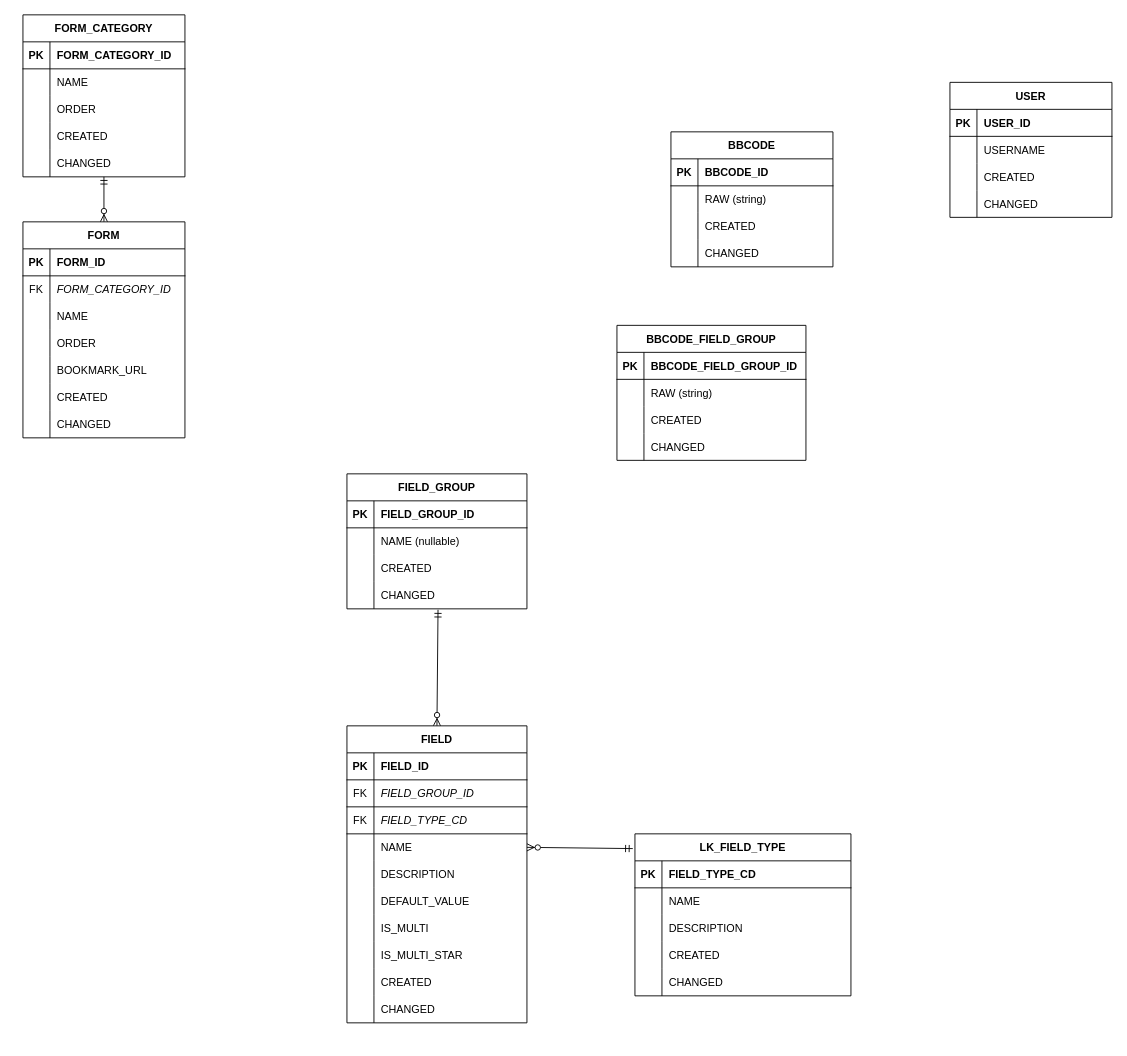
Earlier version of the draw.io diagram BBCode As Relational.drawio (U10S1L/bb-code-generator). Source tidied: cells renumbered, new cells numbered last; positions are measured from the earlier drawing's top-left corner, leaving out a move shared by most shapes. Both pictures are drawn from the tidied source at 90%, with x=0, y=0 at pixel (22, 14).
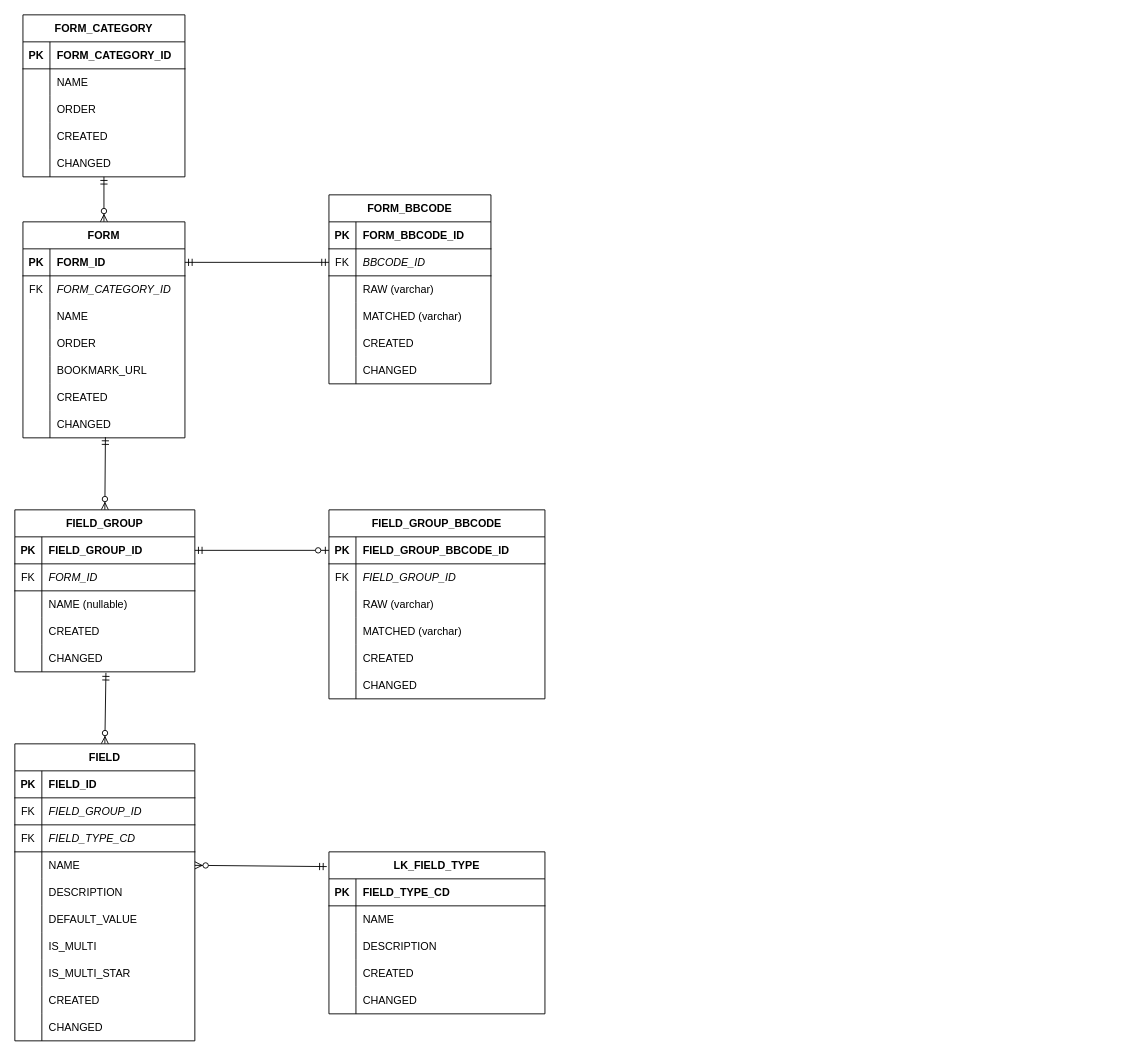
The same page after the edit.

The change refers to these unchanged cells:
```xml
<mxCell id="17" style="shape=partialRectangle;fillColor=none;top=0;left=0;bottom=1;right=0;points=[[0,0.5],[1,0.5]];portConstraint=eastwest;" parent="16" vertex="1">
  <mxGeometry y="30" width="180" height="30" as="geometry" />
</mxCell>
<mxCell id="35" style="shape=partialRectangle;fillColor=none;top=0;left=0;bottom=0;right=0;points=[[0,0.5],[1,0.5]];portConstraint=eastwest;" parent="16" vertex="1">
  <mxGeometry y="210" width="180" height="30" as="geometry" />
</mxCell>
<mxCell id="88" style="shape=partialRectangle;fillColor=none;top=0;left=0;bottom=1;right=0;points=[[0,0.5],[1,0.5]];portConstraint=eastwest;" parent="87" vertex="1">
  <mxGeometry y="30" width="200" height="30" as="geometry" />
</mxCell>
<mxCell id="117" style="shape=partialRectangle;fillColor=none;top=0;left=0;bottom=1;right=0;" parent="116" vertex="1">
  <mxGeometry y="30" width="180" height="30" as="geometry" />
</mxCell>
```

Diff of the diagram source:
```diff
@@
-    <mxCell id="2" value="USER" style="shape=table;startSize=30;childLayout=tableLayout;rowLines=0;fontStyle=1;align=center;" parent="1" vertex="1">
-      <mxGeometry x="1030" y="75" width="180" height="150" as="geometry" />
-    </mxCell>
-    <mxCell id="3" style="shape=partialRectangle;fillColor=none;top=0;left=0;bottom=1;right=0;" parent="2" vertex="1">
-      <mxGeometry y="30" width="180" height="30" as="geometry" />
-    </mxCell>
-    <mxCell id="4" value="PK" style="shape=partialRectangle;fillColor=none;top=0;left=0;bottom=0;right=0;fontStyle=1;overflow=hidden;" parent="3" vertex="1">
-      <mxGeometry width="30" height="30" as="geometry" />
-    </mxCell>
-    <mxCell id="5" value="USER_ID" style="shape=partialRectangle;fillColor=none;top=0;left=0;bottom=0;right=0;align=left;spacingLeft=6;fontStyle=1;overflow=hidden;" parent="3" vertex="1">
-      <mxGeometry x="30" width="150" height="30" as="geometry" />
-    </mxCell>
-    <mxCell id="6" style="shape=partialRectangle;fillColor=none;top=0;left=0;bottom=0;right=0;" parent="2" vertex="1">
-      <mxGeometry y="60" width="180" height="30" as="geometry" />
-    </mxCell>
-    <mxCell id="7" style="shape=partialRectangle;fillColor=none;top=0;left=0;bottom=0;right=0;overflow=hidden;" parent="6" vertex="1">
-      <mxGeometry width="30" height="30" as="geometry" />
-    </mxCell>
-    <mxCell id="8" value="USERNAME" style="shape=partialRectangle;fillColor=none;top=0;left=0;bottom=0;right=0;align=left;spacingLeft=6;overflow=hidden;" parent="6" vertex="1">
-      <mxGeometry x="30" width="150" height="30" as="geometry" />
-    </mxCell>
-    <mxCell id="9" style="shape=partialRectangle;fillColor=none;top=0;left=0;bottom=0;right=0;" parent="2" vertex="1">
-      <mxGeometry y="90" width="180" height="30" as="geometry" />
-    </mxCell>
-    <mxCell id="10" style="shape=partialRectangle;fillColor=none;top=0;left=0;bottom=0;right=0;overflow=hidden;" parent="9" vertex="1">
-      <mxGeometry width="30" height="30" as="geometry" />
-    </mxCell>
-    <mxCell id="11" value="CREATED" style="shape=partialRectangle;fillColor=none;top=0;left=0;bottom=0;right=0;align=left;spacingLeft=6;overflow=hidden;" parent="9" vertex="1">
-      <mxGeometry x="30" width="150" height="30" as="geometry" />
-    </mxCell>
-    <mxCell id="12" style="shape=partialRectangle;fillColor=none;top=0;left=0;bottom=0;right=0;" parent="2" vertex="1">
-      <mxGeometry y="120" width="180" height="30" as="geometry" />
-    </mxCell>
-    <mxCell id="13" style="shape=partialRectangle;fillColor=none;top=0;left=0;bottom=0;right=0;overflow=hidden;" parent="12" vertex="1">
-      <mxGeometry width="30" height="30" as="geometry" />
-    </mxCell>
-    <mxCell id="14" value="CHANGED" style="shape=partialRectangle;fillColor=none;top=0;left=0;bottom=0;right=0;align=left;spacingLeft=6;overflow=hidden;" parent="12" vertex="1">
-      <mxGeometry x="30" width="150" height="30" as="geometry" />
-    </mxCell>
@@
     <mxCell id="38" value="LK_FIELD_TYPE" style="shape=table;startSize=30;childLayout=tableLayout;rowLines=0;fontStyle=1;align=center;" parent="1" vertex="1">
-      <mxGeometry x="680" y="910" width="240" height="180" as="geometry" />
+      <mxGeometry x="340" y="930" width="240" height="180" as="geometry" />
     </mxCell>
@@
     <mxCell id="55" value="FIELD" style="shape=table;startSize=30;childLayout=tableLayout;rowLines=0;fontStyle=1;align=center;" parent="1" vertex="1">
-      <mxGeometry x="360" y="790" width="200" height="330" as="geometry" />
+      <mxGeometry x="-9" y="810" width="200" height="330" as="geometry" />
     </mxCell>
@@
+    <mxCell id="142" style="edgeStyle=none;rounded=0;sketch=0;jumpStyle=none;jettySize=auto;html=1;exitX=0.5;exitY=0;exitDx=0;exitDy=0;entryX=0.509;entryY=0.976;entryDx=0;entryDy=0;entryPerimeter=0;shadow=0;startArrow=ERzeroToMany;startFill=1;endArrow=ERmandOne;endFill=0;strokeColor=#000000;strokeWidth=1;" parent="1" edge="1" source="87" target="35">
+      <mxGeometry relative="1" as="geometry" />
+    </mxCell>
     <mxCell id="87" value="FIELD_GROUP" style="shape=table;startSize=30;childLayout=tableLayout;rowLines=0;fontStyle=1;align=center;" parent="1" vertex="1">
-      <mxGeometry x="360" y="510" width="200" height="150" as="geometry" />
+      <mxGeometry x="-9" y="550" width="200" height="180" as="geometry" />
     </mxCell>
@@
+    <mxCell id="143" style="shape=partialRectangle;fillColor=none;top=0;left=0;bottom=1;right=0;" parent="87" vertex="1">
+      <mxGeometry y="60" width="200" height="30" as="geometry" />
+    </mxCell>
+    <mxCell id="144" value="FK" style="shape=partialRectangle;fillColor=none;top=0;left=0;bottom=0;right=0;fontStyle=0;overflow=hidden;" parent="143" vertex="1">
+      <mxGeometry width="30" height="30" as="geometry" />
+    </mxCell>
+    <mxCell id="145" value="FORM_ID" style="shape=partialRectangle;fillColor=none;top=0;left=0;bottom=0;right=0;align=left;spacingLeft=6;fontStyle=2;overflow=hidden;" parent="143" vertex="1">
+      <mxGeometry x="30" width="170" height="30" as="geometry" />
+    </mxCell>
     <mxCell id="91" style="shape=partialRectangle;fillColor=none;top=0;left=0;bottom=0;right=0;" parent="87" vertex="1">
-      <mxGeometry y="60" width="200" height="30" as="geometry" />
+      <mxGeometry y="90" width="200" height="30" as="geometry" />
     </mxCell>
@@
     <mxCell id="94" style="shape=partialRectangle;fillColor=none;top=0;left=0;bottom=0;right=0;" parent="87" vertex="1">
-      <mxGeometry y="90" width="200" height="30" as="geometry" />
+      <mxGeometry y="120" width="200" height="30" as="geometry" />
     </mxCell>
@@
     <mxCell id="97" style="shape=partialRectangle;fillColor=none;top=0;left=0;bottom=0;right=0;points=[[0,0.5],[1,0.5]];portConstraint=eastwest;" parent="87" vertex="1">
-      <mxGeometry y="120" width="200" height="30" as="geometry" />
+      <mxGeometry y="150" width="200" height="30" as="geometry" />
     </mxCell>
@@
-    <mxCell id="116" value="BBCODE" style="shape=table;startSize=30;childLayout=tableLayout;rowLines=0;fontStyle=1;align=center;" parent="1" vertex="1">
-      <mxGeometry x="720" y="130" width="180" height="150" as="geometry" />
+    <mxCell id="116" value="FORM_BBCODE" style="shape=table;startSize=30;childLayout=tableLayout;rowLines=0;fontStyle=1;align=center;" parent="1" vertex="1">
+      <mxGeometry x="340" y="200" width="180" height="210" as="geometry" />
     </mxCell>
@@
-    <mxCell id="119" value="BBCODE_ID" style="shape=partialRectangle;fillColor=none;top=0;left=0;bottom=0;right=0;align=left;spacingLeft=6;fontStyle=1;overflow=hidden;" parent="117" vertex="1">
+    <mxCell id="119" value="FORM_BBCODE_ID" style="shape=partialRectangle;fillColor=none;top=0;left=0;bottom=0;right=0;align=left;spacingLeft=6;fontStyle=1;overflow=hidden;" parent="117" vertex="1">
       <mxGeometry x="30" width="150" height="30" as="geometry" />
     </mxCell>
+    <mxCell id="146" style="shape=partialRectangle;fillColor=none;top=0;left=0;bottom=1;right=0;points=[[0,0.5],[1,0.5]];portConstraint=eastwest;" parent="116" vertex="1">
+      <mxGeometry y="60" width="180" height="30" as="geometry" />
+    </mxCell>
+    <mxCell id="147" value="FK" style="shape=partialRectangle;fillColor=none;top=0;left=0;bottom=0;right=0;fontStyle=0;overflow=hidden;" parent="146" vertex="1">
+      <mxGeometry width="30" height="30" as="geometry" />
+    </mxCell>
+    <mxCell id="148" value="BBCODE_ID" style="shape=partialRectangle;fillColor=none;top=0;left=0;bottom=0;right=0;align=left;spacingLeft=6;fontStyle=2;overflow=hidden;" parent="146" vertex="1">
+      <mxGeometry x="30" width="150" height="30" as="geometry" />
+    </mxCell>
     <mxCell id="120" style="shape=partialRectangle;fillColor=none;top=0;left=0;bottom=0;right=0;" parent="116" vertex="1">
-      <mxGeometry y="60" width="180" height="30" as="geometry" />
+      <mxGeometry y="90" width="180" height="30" as="geometry" />
     </mxCell>
@@
-    <mxCell id="122" value="RAW (string)" style="shape=partialRectangle;fillColor=none;top=0;left=0;bottom=0;right=0;align=left;spacingLeft=6;overflow=hidden;" parent="120" vertex="1">
+    <mxCell id="122" value="RAW (varchar)" style="shape=partialRectangle;fillColor=none;top=0;left=0;bottom=0;right=0;align=left;spacingLeft=6;overflow=hidden;" parent="120" vertex="1">
       <mxGeometry x="30" width="150" height="30" as="geometry" />
     </mxCell>
+    <mxCell id="12" style="shape=partialRectangle;fillColor=none;top=0;left=0;bottom=0;right=0;" parent="116" vertex="1">
+      <mxGeometry y="120" width="180" height="30" as="geometry" />
+    </mxCell>
+    <mxCell id="149" style="shape=partialRectangle;fillColor=none;top=0;left=0;bottom=0;right=0;overflow=hidden;" parent="12" vertex="1">
+      <mxGeometry width="30" height="30" as="geometry" />
+    </mxCell>
+    <mxCell id="150" value="MATCHED (varchar)" style="shape=partialRectangle;fillColor=none;top=0;left=0;bottom=0;right=0;align=left;spacingLeft=6;overflow=hidden;" parent="12" vertex="1">
+      <mxGeometry x="30" width="150" height="30" as="geometry" />
+    </mxCell>
     <mxCell id="123" style="shape=partialRectangle;fillColor=none;top=0;left=0;bottom=0;right=0;" parent="116" vertex="1">
-      <mxGeometry y="90" width="180" height="30" as="geometry" />
+      <mxGeometry y="150" width="180" height="30" as="geometry" />
     </mxCell>
@@
     <mxCell id="126" style="shape=partialRectangle;fillColor=none;top=0;left=0;bottom=0;right=0;" parent="116" vertex="1">
-      <mxGeometry y="120" width="180" height="30" as="geometry" />
+      <mxGeometry y="180" width="180" height="30" as="geometry" />
     </mxCell>
@@
-    <mxCell id="129" value="BBCODE_FIELD_GROUP" style="shape=table;startSize=30;childLayout=tableLayout;rowLines=0;fontStyle=1;align=center;" parent="1" vertex="1">
-      <mxGeometry x="660" y="345" width="210" height="150" as="geometry" />
+    <mxCell id="129" value="FIELD_GROUP_BBCODE" style="shape=table;startSize=30;childLayout=tableLayout;rowLines=0;fontStyle=1;align=center;" parent="1" vertex="1">
+      <mxGeometry x="340" y="550" width="240" height="210" as="geometry" />
     </mxCell>
     <mxCell id="130" style="shape=partialRectangle;fillColor=none;top=0;left=0;bottom=1;right=0;points=[[0,0.5],[1,0.5]];portConstraint=eastwest;" parent="129" vertex="1">
-      <mxGeometry y="30" width="210" height="30" as="geometry" />
+      <mxGeometry y="30" width="240" height="30" as="geometry" />
     </mxCell>
@@
-    <mxCell id="132" value="BBCODE_FIELD_GROUP_ID" style="shape=partialRectangle;fillColor=none;top=0;left=0;bottom=0;right=0;align=left;spacingLeft=6;fontStyle=1;overflow=hidden;" parent="130" vertex="1">
-      <mxGeometry x="30" width="180" height="30" as="geometry" />
+    <mxCell id="132" value="FIELD_GROUP_BBCODE_ID" style="shape=partialRectangle;fillColor=none;top=0;left=0;bottom=0;right=0;align=left;spacingLeft=6;fontStyle=1;overflow=hidden;" parent="130" vertex="1">
+      <mxGeometry x="30" width="210" height="30" as="geometry" />
     </mxCell>
+    <mxCell id="151" style="shape=partialRectangle;fillColor=none;top=0;left=0;bottom=0;right=0;" parent="129" vertex="1">
+      <mxGeometry y="60" width="240" height="30" as="geometry" />
+    </mxCell>
+    <mxCell id="152" value="FK" style="shape=partialRectangle;fillColor=none;top=0;left=0;bottom=0;right=0;overflow=hidden;" parent="151" vertex="1">
+      <mxGeometry width="30" height="30" as="geometry" />
+    </mxCell>
+    <mxCell id="153" value="FIELD_GROUP_ID" style="shape=partialRectangle;fillColor=none;top=0;left=0;bottom=0;right=0;align=left;spacingLeft=6;overflow=hidden;fontStyle=2;" parent="151" vertex="1">
+      <mxGeometry x="30" width="210" height="30" as="geometry" />
+    </mxCell>
     <mxCell id="133" style="shape=partialRectangle;fillColor=none;top=0;left=0;bottom=0;right=0;" parent="129" vertex="1">
-      <mxGeometry y="60" width="210" height="30" as="geometry" />
+      <mxGeometry y="90" width="240" height="30" as="geometry" />
     </mxCell>
@@
-    <mxCell id="135" value="RAW (string)" style="shape=partialRectangle;fillColor=none;top=0;left=0;bottom=0;right=0;align=left;spacingLeft=6;overflow=hidden;" parent="133" vertex="1">
-      <mxGeometry x="30" width="180" height="30" as="geometry" />
+    <mxCell id="135" value="RAW (varchar)" style="shape=partialRectangle;fillColor=none;top=0;left=0;bottom=0;right=0;align=left;spacingLeft=6;overflow=hidden;" parent="133" vertex="1">
+      <mxGeometry x="30" width="210" height="30" as="geometry" />
     </mxCell>
+    <mxCell id="154" style="shape=partialRectangle;fillColor=none;top=0;left=0;bottom=0;right=0;" parent="129" vertex="1">
+      <mxGeometry y="120" width="240" height="30" as="geometry" />
+    </mxCell>
+    <mxCell id="155" style="shape=partialRectangle;fillColor=none;top=0;left=0;bottom=0;right=0;overflow=hidden;" parent="154" vertex="1">
+      <mxGeometry width="30" height="30" as="geometry" />
+    </mxCell>
+    <mxCell id="156" value="MATCHED (varchar)" style="shape=partialRectangle;fillColor=none;top=0;left=0;bottom=0;right=0;align=left;spacingLeft=6;overflow=hidden;" parent="154" vertex="1">
+      <mxGeometry x="30" width="210" height="30" as="geometry" />
+    </mxCell>
     <mxCell id="136" style="shape=partialRectangle;fillColor=none;top=0;left=0;bottom=0;right=0;" parent="129" vertex="1">
-      <mxGeometry y="90" width="210" height="30" as="geometry" />
+      <mxGeometry y="150" width="240" height="30" as="geometry" />
     </mxCell>
@@
     <mxCell id="138" value="CREATED" style="shape=partialRectangle;fillColor=none;top=0;left=0;bottom=0;right=0;align=left;spacingLeft=6;overflow=hidden;" parent="136" vertex="1">
-      <mxGeometry x="30" width="180" height="30" as="geometry" />
+      <mxGeometry x="30" width="210" height="30" as="geometry" />
     </mxCell>
     <mxCell id="139" style="shape=partialRectangle;fillColor=none;top=0;left=0;bottom=0;right=0;" parent="129" vertex="1">
-      <mxGeometry y="120" width="210" height="30" as="geometry" />
+      <mxGeometry y="180" width="240" height="30" as="geometry" />
     </mxCell>
@@
     <mxCell id="141" value="CHANGED" style="shape=partialRectangle;fillColor=none;top=0;left=0;bottom=0;right=0;align=left;spacingLeft=6;overflow=hidden;" parent="139" vertex="1">
-      <mxGeometry x="30" width="180" height="30" as="geometry" />
+      <mxGeometry x="30" width="210" height="30" as="geometry" />
     </mxCell>
+    <mxCell id="157" style="edgeStyle=none;rounded=0;sketch=0;jumpStyle=none;jettySize=auto;html=1;exitX=1;exitY=0.5;exitDx=0;exitDy=0;shadow=0;startArrow=ERmandOne;startFill=0;endArrow=ERmandOne;endFill=0;strokeColor=#000000;strokeWidth=1;entryX=0;entryY=0.5;entryDx=0;entryDy=0;" parent="1" edge="1" source="17" target="146">
+      <mxGeometry relative="1" as="geometry" />
+    </mxCell>
+    <mxCell id="158" style="edgeStyle=none;rounded=0;sketch=0;jumpStyle=none;jettySize=auto;html=1;shadow=0;startArrow=ERzeroToOne;startFill=1;endArrow=ERmandOne;endFill=0;strokeColor=#000000;strokeWidth=1;exitX=0;exitY=0.5;exitDx=0;exitDy=0;entryX=1;entryY=0.5;entryDx=0;entryDy=0;" parent="1" edge="1" source="130" target="88">
+      <mxGeometry relative="1" as="geometry" />
+    </mxCell>
```
